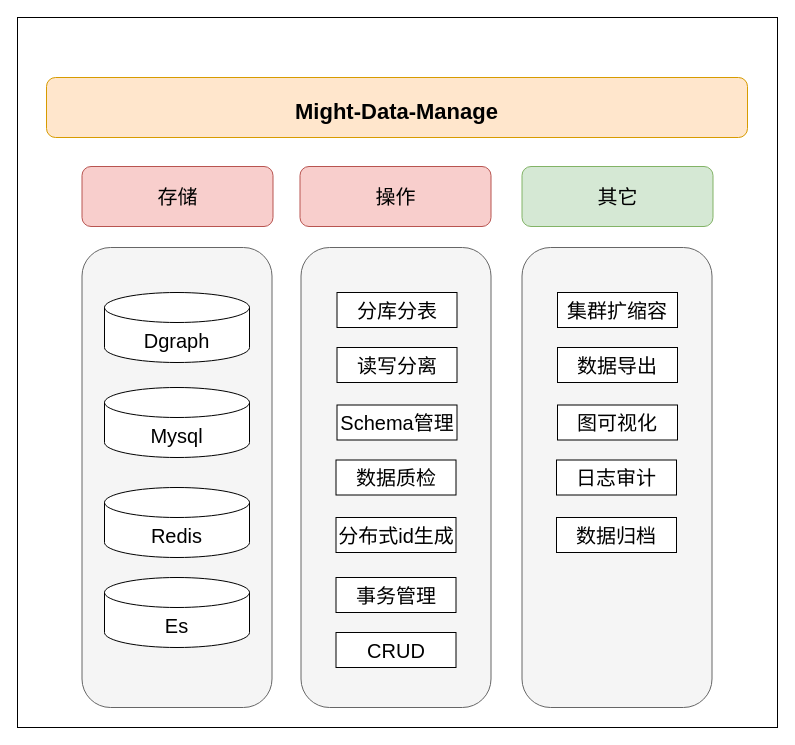
Before: Might-Data-Manage.drawio in FaxBoy/common, a draw.io diagram. Source tidied: cells renumbered, new cells numbered last; positions are measured from the earlier drawing's top-left corner, leaving out a move shared by most shapes. Both pictures are drawn from the tidied source at 100%, with x=0, y=0 at pixel (17, 17).
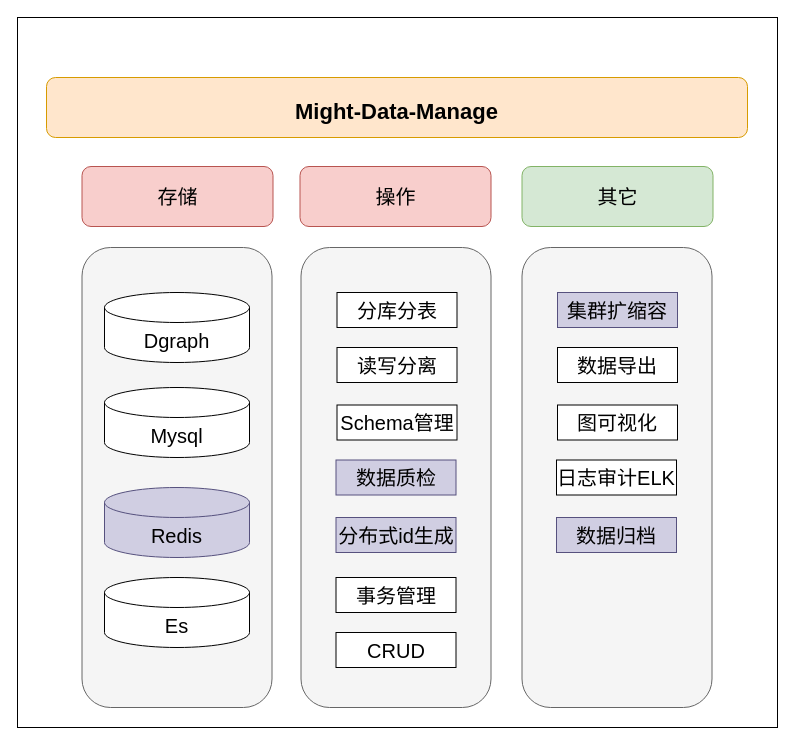
The same page after the edit.

Diff of the diagram source:
```diff
@@
-    <mxCell id="9" value="Redis" style="shape=cylinder3;whiteSpace=wrap;html=1;boundedLbl=1;backgroundOutline=1;size=15;fontSize=20;" parent="1" vertex="1">
+    <mxCell id="9" value="Redis" style="shape=cylinder3;boundedLbl=1;backgroundOutline=1;size=15;fontSize=20;fillColor=#d0cee2;strokeColor=#56517e;labelBackgroundColor=none;labelBorderColor=none;whiteSpace=wrap;html=1;verticalAlign=middle;horizontal=1;fontStyle=0;" parent="1" vertex="1">
       <mxGeometry x="87" y="470" width="145" height="70" as="geometry" />
     </mxCell>
@@
-    <mxCell id="14" value="数据质检" style="rounded=0;whiteSpace=wrap;html=1;fontSize=20;" parent="1" vertex="1">
+    <mxCell id="14" value="数据质检" style="rounded=0;whiteSpace=wrap;html=1;fontSize=20;fillColor=#d0cee2;strokeColor=#56517e;" parent="1" vertex="1">
       <mxGeometry x="318.5" y="442.5" width="120" height="35" as="geometry" />
     </mxCell>
-    <mxCell id="15" value="分布式id生成" style="rounded=0;whiteSpace=wrap;html=1;fontSize=20;" parent="1" vertex="1">
+    <mxCell id="15" value="分布式id生成" style="rounded=0;whiteSpace=wrap;html=1;fontSize=20;fillColor=#d0cee2;strokeColor=#56517e;" parent="1" vertex="1">
       <mxGeometry x="318.5" y="500" width="120" height="35" as="geometry" />
     </mxCell>
@@
-    <mxCell id="18" value="集群扩缩容" style="rounded=0;whiteSpace=wrap;html=1;fontSize=20;" parent="1" vertex="1">
+    <mxCell id="18" value="集群扩缩容" style="rounded=0;whiteSpace=wrap;html=1;fontSize=20;fillColor=#d0cee2;strokeColor=#56517e;" parent="1" vertex="1">
       <mxGeometry x="540" y="275" width="120" height="35" as="geometry" />
     </mxCell>
@@
-    <mxCell id="21" value="日志审计" style="rounded=0;whiteSpace=wrap;html=1;fontSize=20;" parent="1" vertex="1">
+    <mxCell id="21" value="日志审计ELK" style="rounded=0;whiteSpace=wrap;html=1;fontSize=20;" parent="1" vertex="1">
       <mxGeometry x="539" y="442.5" width="120" height="35" as="geometry" />
     </mxCell>
-    <mxCell id="22" value="数据归档" style="rounded=0;whiteSpace=wrap;html=1;fontSize=20;" parent="1" vertex="1">
+    <mxCell id="22" value="数据归档" style="rounded=0;whiteSpace=wrap;html=1;fontSize=20;fillColor=#d0cee2;strokeColor=#56517e;" parent="1" vertex="1">
       <mxGeometry x="539" y="500" width="120" height="35" as="geometry" />
     </mxCell>
```
